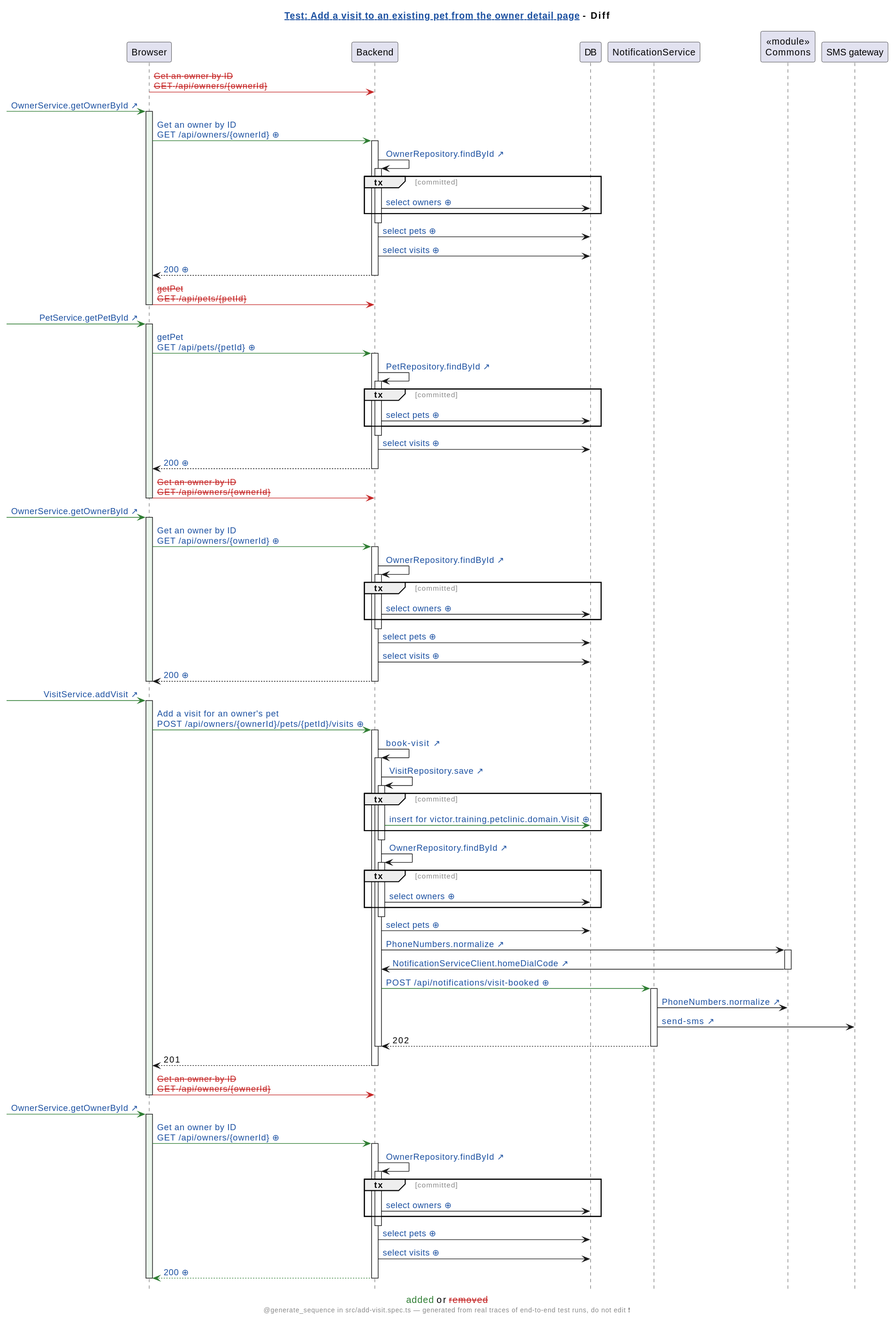
This is demo/demo2/assets/diagrams/petclinic-test_generated_add-visit.spec.ts.add-a-visit-to-an-existing-pet-from-the-owner-detail-page.genseq.diff.svg from victorrentea/human-review, a PlantUML export, as it was before one commit. Its diagram source:
```plantuml
@startuml
caption <color:#2E7D32>added</color> or <color:#C62828><s>removed</s></color>
hide footbox
skinparam hyperlinkUnderline false
skinparam hyperlinkColor #1A4FA0
skinparam sequenceGroupFontColor #888888
skinparam sequenceGroupFontStyle plain
title [[src://petclinic-test/src/add-visit.spec.ts:34{Click to open the test} Test: Add a visit to an existing pet from the owner detail page]] - Diff
footer @generate_sequence in src/add-visit.spec.ts — generated from real traces of end-to-end test runs, do not edit ❗
participant Browser
participant Backend
participant DB
participant NotificationService
participant "«module»\nCommons" as Commons
participant "SMS gateway"
Browser -[#C62828]> Backend: <color:#C62828><s>Get an owner by ID</s></color>\n<color:#C62828><s>GET /api/owners/{ownerId}</s></color>
[-[#2E7D32]> Browser: [[src://petclinic-frontend/src/app/owners/owner-detail/owner-detail.component.ts:22{Click to open the line that sent this request: owner-detail.component.ts:22} OwnerService.getOwnerById ↗]]
activate Browser #EAF6EC
Browser -[#2E7D32]> Backend: [[genseq://02kjgbq{Click for the request as it was sent} Get an owner by ID\nGET /api/owners/{ownerId} ⊕]]
activate Backend
Backend -> Backend: [[src://petclinic-backend/src/main/java/victor/training/petclinic/repository/OwnerRepository.java:14{Click to open OwnerRepository.findById} OwnerRepository.findById ↗]]
activate Backend
group tx [committed]
Backend -> DB: [[genseq://0x8aana{Click for the statement behind this call} select owners ⊕]]
end
deactivate Backend
Backend -> DB: [[genseq://18567ho{Click for the statement behind this call} select pets ⊕]]
Backend -> DB: [[genseq://13apewa{Click for the statement behind this call} select visits ⊕]]
Backend --> Browser: [[genseq://0zavcxa{Click for this call’s JSON body} 200 ⊕]]
deactivate Backend
Browser -[#C62828]> Backend: <color:#C62828><s>getPet</s></color>\n<color:#C62828><s>GET /api/pets/{petId}</s></color>
deactivate Browser
[-[#2E7D32]> Browser: [[src://petclinic-frontend/src/app/visits/visit-add/visit-add.component.ts:42{Click to open the line that sent this request: visit-add.component.ts:42} PetService.getPetById ↗]]
activate Browser #EAF6EC
Browser -[#2E7D32]> Backend: [[genseq://1bdv4p2{Click for the request as it was sent} getPet\nGET /api/pets/{petId} ⊕]]
activate Backend
Backend -> Backend: [[src://petclinic-backend/src/main/java/victor/training/petclinic/repository/PetRepository.java:16{Click to open PetRepository.findById} PetRepository.findById ↗]]
activate Backend
group tx [committed]
Backend -> DB: [[genseq://0y7w2ps{Click for the statement behind this call} select pets ⊕]]
end
deactivate Backend
Backend -> DB: [[genseq://13apewa{Click for the statement behind this call} select visits ⊕]]
Backend --> Browser: [[genseq://01mmlgx{Click for this call’s JSON body} 200 ⊕]]
deactivate Backend
Browser -[#C62828]> Backend: <color:#C62828><s>Get an owner by ID</s></color>\n<color:#C62828><s>GET /api/owners/{ownerId}</s></color>
deactivate Browser
[-[#2E7D32]> Browser: [[src://petclinic-frontend/src/app/visits/visit-add/visit-add.component.ts:47{Click to open the line that sent this request: visit-add.component.ts:47} OwnerService.getOwnerById ↗]]
activate Browser #EAF6EC
Browser -[#2E7D32]> Backend: [[genseq://02kjgbq{Click for the request as it was sent} Get an owner by ID\nGET /api/owners/{ownerId} ⊕]]
activate Backend
Backend -> Backend: [[src://petclinic-backend/src/main/java/victor/training/petclinic/repository/OwnerRepository.java:14{Click to open OwnerRepository.findById} OwnerRepository.findById ↗]]
activate Backend
group tx [committed]
Backend -> DB: [[genseq://0x8aana{Click for the statement behind this call} select owners ⊕]]
end
deactivate Backend
Backend -> DB: [[genseq://18567ho{Click for the statement behind this call} select pets ⊕]]
Backend -> DB: [[genseq://13apewa{Click for the statement behind this call} select visits ⊕]]
Backend --> Browser: [[genseq://0zavcxa{Click for this call’s JSON body} 200 ⊕]]
deactivate Backend
deactivate Browser
[-[#2E7D32]> Browser: [[src://petclinic-frontend/src/app/visits/visit-add/visit-add.component.ts:63{Click to open the line that sent this request: visit-add.component.ts:63 ← visit-add.component.html:25} VisitService.addVisit ↗]]
activate Browser #EAF6EC
Browser -[#2E7D32]> Backend: [[genseq://03gu05t{Click for the request as it was sent} Add a visit for an owner's pet\nPOST /api/owners/{ownerId}/pets/{petId}/visits ⊕]]
activate Backend
Backend -> Backend: [[src://petclinic-backend/src/main/java/victor/training/petclinic/rest/OwnerRestController.java:183{Click to open OwnerRestController.bookVisit} book-visit ↗]]
activate Backend
Backend -> Backend: [[src://petclinic-backend/src/main/java/victor/training/petclinic/repository/VisitRepository.java:17{Click to open VisitRepository.save} VisitRepository.save ↗]]
activate Backend
group tx [committed]
Backend -[#2E7D32]> DB: [[genseq://01z8jq4{Click for the statement behind this call} insert for victor.training.petclinic.domain.Visit ⊕]]
end
deactivate Backend
Backend -> Backend: [[src://petclinic-backend/src/main/java/victor/training/petclinic/repository/OwnerRepository.java:14{Click to open OwnerRepository.findById} OwnerRepository.findById ↗]]
activate Backend
group tx [committed]
Backend -> DB: [[genseq://0x8aana{Click for the statement behind this call} select owners ⊕]]
end
deactivate Backend
Backend -> DB: [[genseq://18567ho{Click for the statement behind this call} select pets ⊕]]
Backend -> Commons: [[src://petclinic-commons/src/main/java/victor/training/commons/PhoneNumbers.java:14{Click to open PhoneNumbers.normalize} PhoneNumbers.normalize ↗]]
activate Commons
Commons -> Backend: [[src://petclinic-backend/src/main/java/victor/training/petclinic/notification/NotificationServiceClient.java:45{Click to open NotificationServiceClient.homeDialCode} NotificationServiceClient.homeDialCode ↗]]
deactivate Commons
Backend -[#2E7D32]> NotificationService: [[genseq://00gfug0{Click for the request as it was sent} POST /api/notifications/visit-booked ⊕]]
activate NotificationService
NotificationService -> Commons: [[src://petclinic-commons/src/main/java/victor/training/commons/PhoneNumbers.java:8{Click to open PhoneNumbers.normalize} PhoneNumbers.normalize ↗]]
NotificationService -> "SMS gateway": [[src://notification-service/src/main/java/victor/training/notification/SmsGateway.java:23{Click to open SmsGateway.send} send-sms ↗]]
NotificationService --> Backend: 202
deactivate NotificationService
deactivate Backend
Backend --> Browser: 201
deactivate Backend
Browser -[#C62828]> Backend: <color:#C62828><s>Get an owner by ID</s></color>\n<color:#C62828><s>GET /api/owners/{ownerId}</s></color>
deactivate Browser
[-[#2E7D32]> Browser: [[src://petclinic-frontend/src/app/owners/owner-detail/owner-detail.component.ts:22{Click to open the line that sent this request: owner-detail.component.ts:22} OwnerService.getOwnerById ↗]]
activate Browser #EAF6EC
Browser -[#2E7D32]> Backend: [[genseq://02kjgbq{Click for the request as it was sent} Get an owner by ID\nGET /api/owners/{ownerId} ⊕]]
activate Backend
Backend -> Backend: [[src://petclinic-backend/src/main/java/victor/training/petclinic/repository/OwnerRepository.java:14{Click to open OwnerRepository.findById} OwnerRepository.findById ↗]]
activate Backend
group tx [committed]
Backend -> DB: [[genseq://0x8aana{Click for the statement behind this call} select owners ⊕]]
end
deactivate Backend
Backend -> DB: [[genseq://18567ho{Click for the statement behind this call} select pets ⊕]]
Backend -> DB: [[genseq://13apewa{Click for the statement behind this call} select visits ⊕]]
Backend -[#2E7D32]-> Browser: [[genseq://1qvsitn{Click for this call’s JSON body} 200 ⊕]]
deactivate Backend
deactivate Browser
@enduml
```
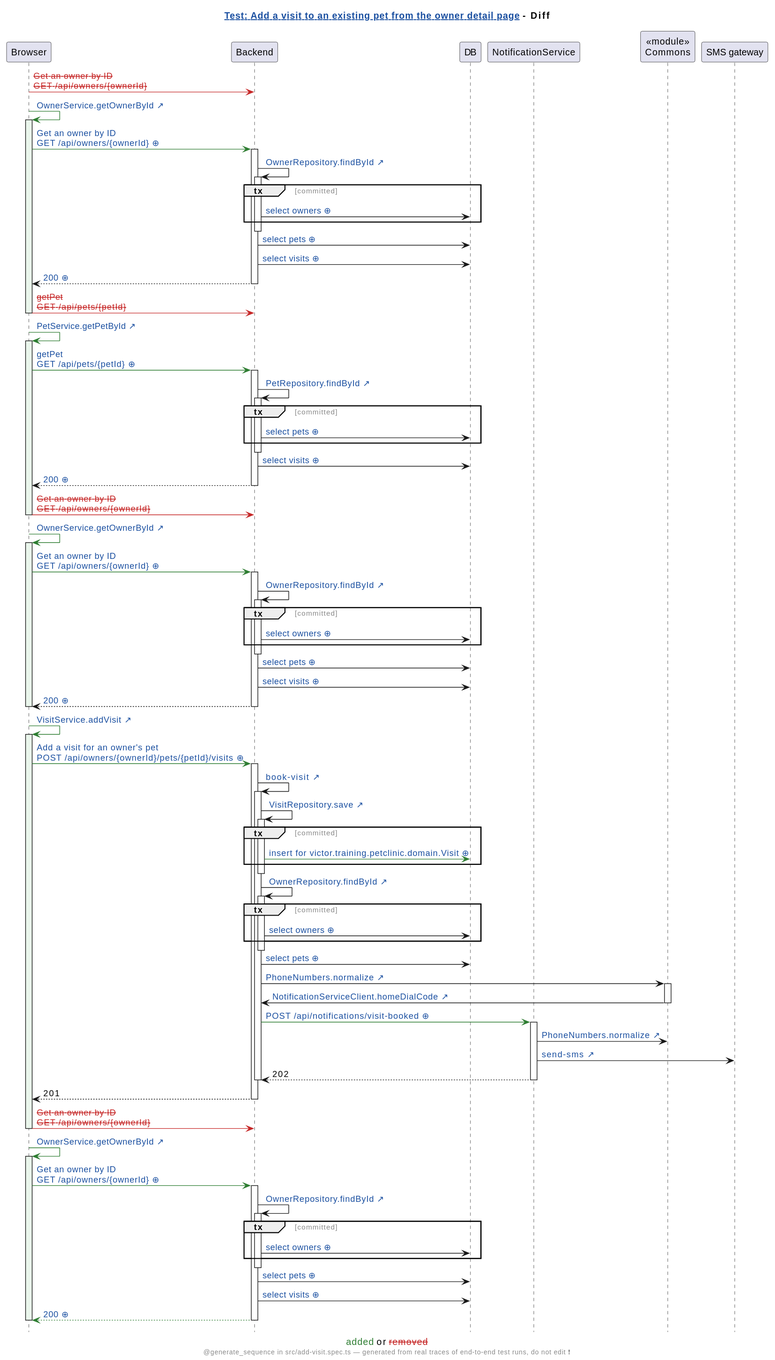
The same file after the commit.

What changed in the source:
```diff
@@ -14,7 +14,7 @@
 participant "«module»\nCommons" as Commons
 participant "SMS gateway"
 Browser -[#C62828]> Backend: <color:#C62828><s>Get an owner by ID</s></color>\n<color:#C62828><s>GET /api/owners/{ownerId}</s></color>
-[-[#2E7D32]> Browser: [[src://petclinic-frontend/src/app/owners/owner-detail/owner-detail.component.ts:22{Click to open the line that sent this request: owner-detail.component.ts:22} OwnerService.getOwnerById ↗]]
+Browser -[#2E7D32]> Browser: [[src://petclinic-frontend/src/app/owners/owner-detail/owner-detail.component.ts:22{Click to open the line that sent this request: owner-detail.component.ts:22} OwnerService.getOwnerById ↗]]
 activate Browser #EAF6EC
 Browser -[#2E7D32]> Backend: [[genseq://02kjgbq{Click for the request as it was sent} Get an owner by ID\nGET /api/owners/{ownerId} ⊕]]
 activate Backend
@@ -30,7 +30,7 @@
 deactivate Backend
 Browser -[#C62828]> Backend: <color:#C62828><s>getPet</s></color>\n<color:#C62828><s>GET /api/pets/{petId}</s></color>
 deactivate Browser
-[-[#2E7D32]> Browser: [[src://petclinic-frontend/src/app/visits/visit-add/visit-add.component.ts:42{Click to open the line that sent this request: visit-add.component.ts:42} PetService.getPetById ↗]]
+Browser -[#2E7D32]> Browser: [[src://petclinic-frontend/src/app/visits/visit-add/visit-add.component.ts:42{Click to open the line that sent this request: visit-add.component.ts:42} PetService.getPetById ↗]]
 activate Browser #EAF6EC
 Browser -[#2E7D32]> Backend: [[genseq://1bdv4p2{Click for the request as it was sent} getPet\nGET /api/pets/{petId} ⊕]]
 activate Backend
@@ -45,7 +45,7 @@
 deactivate Backend
 Browser -[#C62828]> Backend: <color:#C62828><s>Get an owner by ID</s></color>\n<color:#C62828><s>GET /api/owners/{ownerId}</s></color>
 deactivate Browser
-[-[#2E7D32]> Browser: [[src://petclinic-frontend/src/app/visits/visit-add/visit-add.component.ts:47{Click to open the line that sent this request: visit-add.component.ts:47} OwnerService.getOwnerById ↗]]
+Browser -[#2E7D32]> Browser: [[src://petclinic-frontend/src/app/visits/visit-add/visit-add.component.ts:47{Click to open the line that sent this request: visit-add.component.ts:47} OwnerService.getOwnerById ↗]]
 activate Browser #EAF6EC
 Browser -[#2E7D32]> Backend: [[genseq://02kjgbq{Click for the request as it was sent} Get an owner by ID\nGET /api/owners/{ownerId} ⊕]]
 activate Backend
@@ -60,7 +60,7 @@
 Backend --> Browser: [[genseq://0zavcxa{Click for this call’s JSON body} 200 ⊕]]
 deactivate Backend
 deactivate Browser
-[-[#2E7D32]> Browser: [[src://petclinic-frontend/src/app/visits/visit-add/visit-add.component.ts:63{Click to open the line that sent this request: visit-add.component.ts:63 ← visit-add.component.html:25} VisitService.addVisit ↗]]
+Browser -[#2E7D32]> Browser: [[src://petclinic-frontend/src/app/visits/visit-add/visit-add.component.ts:63{Click to open the line that sent this request: visit-add.component.ts:63 ← visit-add.component.html:25} VisitService.addVisit ↗]]
 activate Browser #EAF6EC
 Browser -[#2E7D32]> Backend: [[genseq://03gu05t{Click for the request as it was sent} Add a visit for an owner's pet\nPOST /api/owners/{ownerId}/pets/{petId}/visits ⊕]]
 activate Backend
@@ -94,7 +94,7 @@
 deactivate Backend
 Browser -[#C62828]> Backend: <color:#C62828><s>Get an owner by ID</s></color>\n<color:#C62828><s>GET /api/owners/{ownerId}</s></color>
 deactivate Browser
-[-[#2E7D32]> Browser: [[src://petclinic-frontend/src/app/owners/owner-detail/owner-detail.component.ts:22{Click to open the line that sent this request: owner-detail.component.ts:22} OwnerService.getOwnerById ↗]]
+Browser -[#2E7D32]> Browser: [[src://petclinic-frontend/src/app/owners/owner-detail/owner-detail.component.ts:22{Click to open the line that sent this request: owner-detail.component.ts:22} OwnerService.getOwnerById ↗]]
 activate Browser #EAF6EC
 Browser -[#2E7D32]> Backend: [[genseq://02kjgbq{Click for the request as it was sent} Get an owner by ID\nGET /api/owners/{ownerId} ⊕]]
 activate Backend
```
